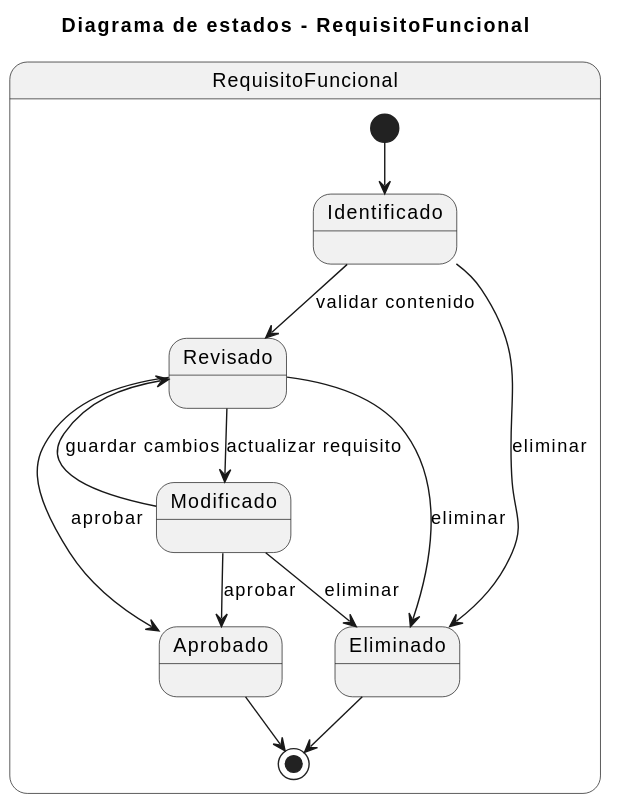
pablopeerezm/GII-TFG-2026 keeps this PlantUML diagram as Estudiantes/david-garcia-costa/Capitulo_2/MdD/DiagramasEstado/RequisitoFuncional/RequisitoFuncional.svg. Above is the earlier version.
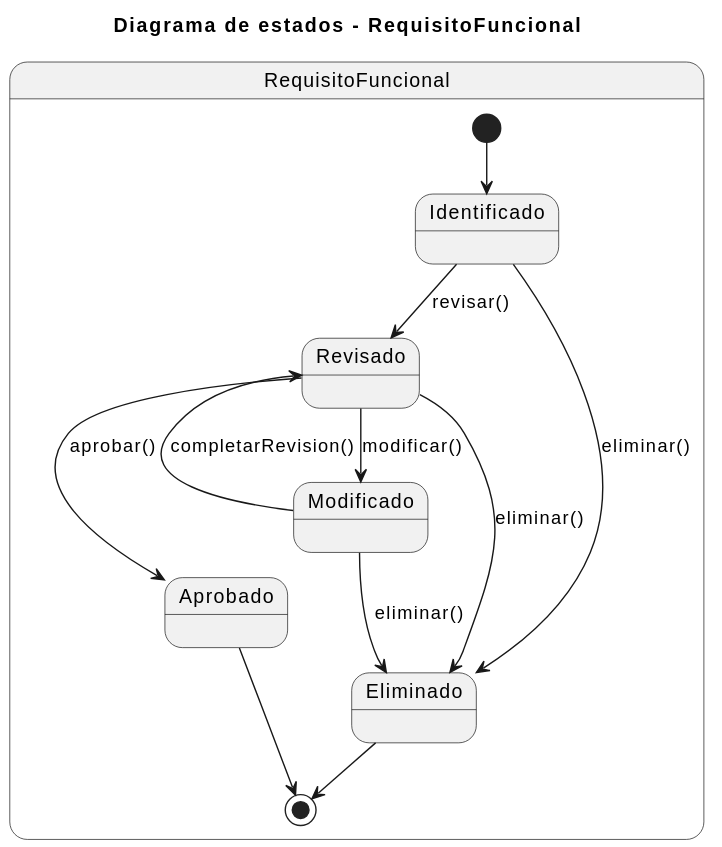
Later version of the same file.

The edit, as a diff of the source:
```diff
@@ -1,22 +1,18 @@
 @startuml
 title Diagrama de estados - RequisitoFuncional
 
+
 state "RequisitoFuncional" as RequisitoFuncional {
-
-  [*] --> Identificado
-
-  Identificado --> Revisado : validar contenido
-  Revisado --> Modificado : actualizar requisito
-  Modificado --> Revisado : guardar cambios
-  Revisado --> Aprobado : aprobar
-  Modificado --> Aprobado : aprobar
-
-  Identificado --> Eliminado : eliminar
-  Revisado --> Eliminado : eliminar
-  Modificado --> Eliminado : eliminar
-
-  Aprobado --> [*]
-  Eliminado --> [*]
+[*] --> Identificado
+Identificado --> Revisado : revisar()
+Revisado --> Modificado : modificar()
+Modificado --> Revisado : completarRevision()
+Revisado --> Aprobado : aprobar()
+Identificado --> Eliminado : eliminar()
+Revisado --> Eliminado : eliminar()
+Modificado --> Eliminado : eliminar()
+Aprobado --> [*]
+Eliminado --> [*]
 
 }
 @enduml
```
